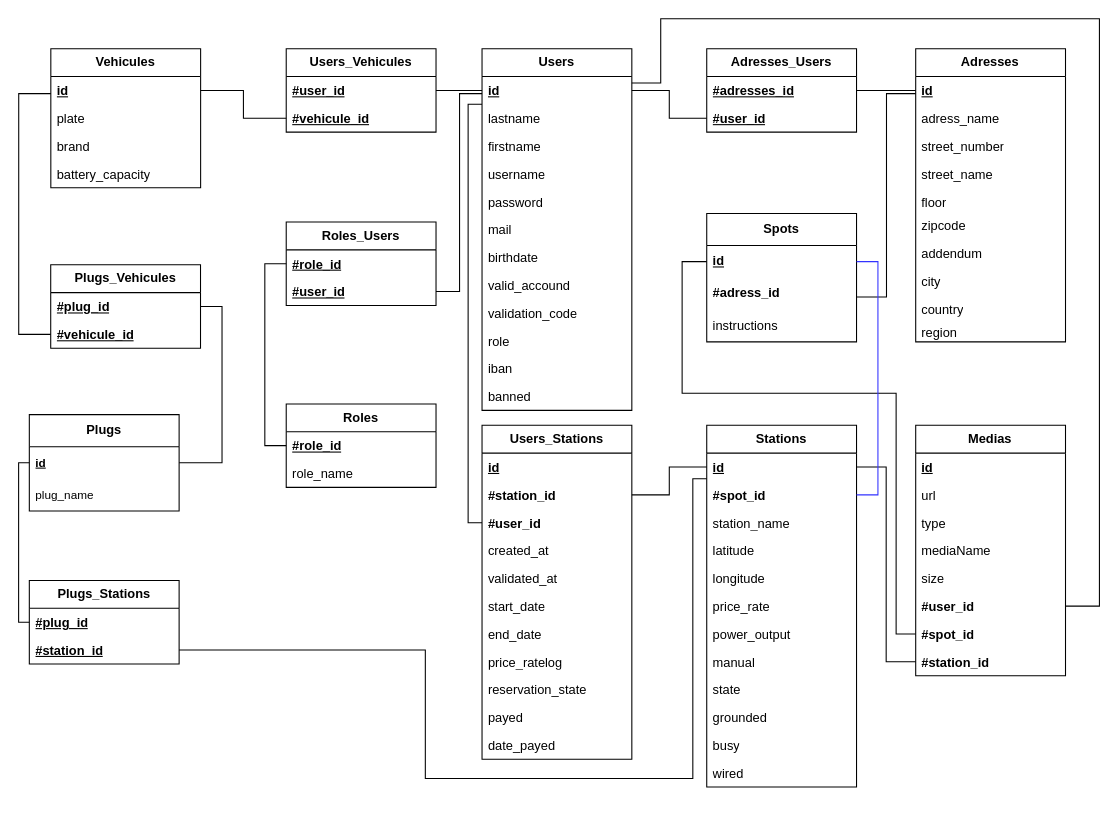
JeromePrevotat/businesscaseHB keeps this draw.io diagram as page "mld" (2 of 3) of Merise_Buisiness_Case.drawio. Above is the earlier version. Source tidied: cells renumbered, new cells numbered last; positions are measured from the earlier drawing's top-left corner, leaving out a move shared by most shapes. Both pictures are drawn from the tidied source at 107%, with x=0, y=0 at pixel (18, 18).
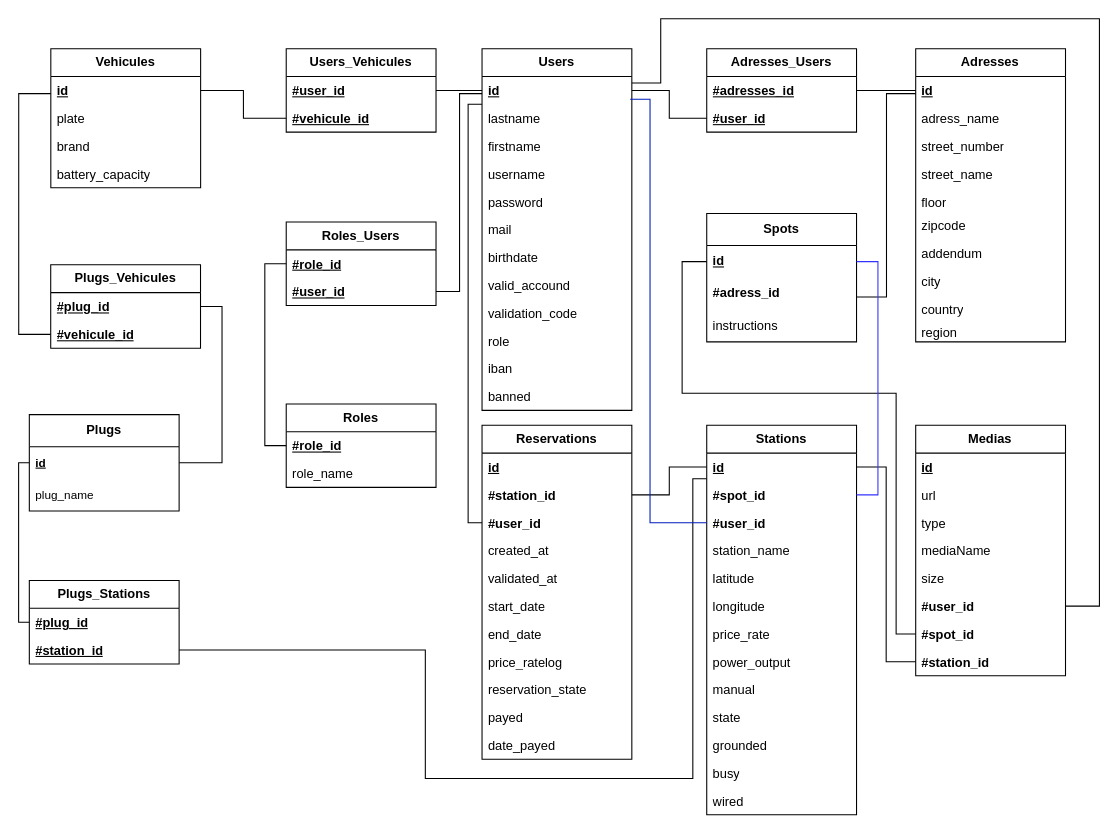
Above is the later version.

Commit message (it also covers changes not shown here):
fixed missing relationship between user and stations moved user registration from POST /users to POST /auth/register

The change refers to these unchanged cells:
```xml
<mxCell id="10" value="&lt;b&gt;&lt;u&gt;id&lt;/u&gt;&lt;/b&gt;" style="text;strokeColor=none;fillColor=none;align=left;verticalAlign=top;spacingLeft=4;spacingRight=4;overflow=hidden;points=[[0,0.5],[1,0.5]];portConstraint=eastwest;whiteSpace=wrap;html=1;" parent="9" vertex="1">
  <mxGeometry y="26" width="140" height="26" as="geometry" />
</mxCell>
```

What changed in the source:
```diff
@@
     <mxCell id="38" value="&lt;b&gt;Stations&lt;/b&gt;" style="swimlane;fontStyle=0;horizontal=1;startSize=26;fillColor=none;whiteSpace=wrap;html=1;" parent="1" vertex="1">
-      <mxGeometry x="643" y="380" width="140" height="338" as="geometry" />
+      <mxGeometry x="643" y="380" width="140" height="364" as="geometry" />
     </mxCell>
@@
+    <mxCell id="107" value="#user_id" style="text;strokeColor=none;fillColor=none;align=left;verticalAlign=top;spacingLeft=4;spacingRight=4;overflow=hidden;points=[[0,0.5],[1,0.5]];portConstraint=eastwest;whiteSpace=wrap;html=1;fontStyle=1;" parent="38" vertex="1">
+      <mxGeometry y="78" width="140" height="26" as="geometry" />
+    </mxCell>
     <mxCell id="41" value="station_name" style="text;strokeColor=none;fillColor=none;align=left;verticalAlign=top;spacingLeft=4;spacingRight=4;overflow=hidden;whiteSpace=wrap;html=1;" parent="38" vertex="1">
-      <mxGeometry y="78" width="140" height="26" as="geometry" />
+      <mxGeometry y="104" width="140" height="26" as="geometry" />
     </mxCell>
     <mxCell id="42" value="latitude" style="text;strokeColor=none;fillColor=none;align=left;verticalAlign=top;spacingLeft=4;spacingRight=4;overflow=hidden;whiteSpace=wrap;html=1;" parent="38" vertex="1">
-      <mxGeometry y="104" width="140" height="26" as="geometry" />
+      <mxGeometry y="130" width="140" height="26" as="geometry" />
     </mxCell>
     <mxCell id="43" value="longitude" style="text;strokeColor=none;fillColor=none;align=left;verticalAlign=top;spacingLeft=4;spacingRight=4;overflow=hidden;whiteSpace=wrap;html=1;" parent="38" vertex="1">
-      <mxGeometry y="130" width="140" height="26" as="geometry" />
+      <mxGeometry y="156" width="140" height="26" as="geometry" />
     </mxCell>
     <mxCell id="44" value="price_rate" style="text;strokeColor=none;fillColor=none;align=left;verticalAlign=top;spacingLeft=4;spacingRight=4;overflow=hidden;whiteSpace=wrap;html=1;" parent="38" vertex="1">
-      <mxGeometry y="156" width="140" height="26" as="geometry" />
+      <mxGeometry y="182" width="140" height="26" as="geometry" />
     </mxCell>
     <mxCell id="45" value="power_output" style="text;strokeColor=none;fillColor=none;align=left;verticalAlign=top;spacingLeft=4;spacingRight=4;overflow=hidden;whiteSpace=wrap;html=1;" parent="38" vertex="1">
-      <mxGeometry y="182" width="140" height="26" as="geometry" />
+      <mxGeometry y="208" width="140" height="26" as="geometry" />
     </mxCell>
     <mxCell id="46" value="manual" style="text;strokeColor=none;fillColor=none;align=left;verticalAlign=top;spacingLeft=4;spacingRight=4;overflow=hidden;whiteSpace=wrap;html=1;" parent="38" vertex="1">
-      <mxGeometry y="208" width="140" height="26" as="geometry" />
+      <mxGeometry y="234" width="140" height="26" as="geometry" />
     </mxCell>
     <mxCell id="47" value="state" style="text;strokeColor=none;fillColor=none;align=left;verticalAlign=top;spacingLeft=4;spacingRight=4;overflow=hidden;whiteSpace=wrap;html=1;" parent="38" vertex="1">
-      <mxGeometry y="234" width="140" height="26" as="geometry" />
+      <mxGeometry y="260" width="140" height="26" as="geometry" />
     </mxCell>
     <mxCell id="48" value="grounded" style="text;strokeColor=none;fillColor=none;align=left;verticalAlign=top;spacingLeft=4;spacingRight=4;overflow=hidden;whiteSpace=wrap;html=1;" parent="38" vertex="1">
-      <mxGeometry y="260" width="140" height="26" as="geometry" />
+      <mxGeometry y="286" width="140" height="26" as="geometry" />
     </mxCell>
     <mxCell id="49" value="busy" style="text;strokeColor=none;fillColor=none;align=left;verticalAlign=top;spacingLeft=4;spacingRight=4;overflow=hidden;whiteSpace=wrap;html=1;" parent="38" vertex="1">
-      <mxGeometry y="286" width="140" height="26" as="geometry" />
+      <mxGeometry y="312" width="140" height="26" as="geometry" />
     </mxCell>
     <mxCell id="50" value="wired" style="text;strokeColor=none;fillColor=none;align=left;verticalAlign=top;spacingLeft=4;spacingRight=4;overflow=hidden;whiteSpace=wrap;html=1;" parent="38" vertex="1">
-      <mxGeometry y="312" width="140" height="26" as="geometry" />
+      <mxGeometry y="338" width="140" height="26" as="geometry" />
     </mxCell>
@@
-    <mxCell id="72" value="&lt;b&gt;Users_Stations&lt;/b&gt;" style="swimlane;fontStyle=0;horizontal=1;startSize=26;fillColor=none;whiteSpace=wrap;html=1;" parent="1" vertex="1">
+    <mxCell id="72" value="&lt;b&gt;Reservations&lt;/b&gt;" style="swimlane;fontStyle=0;horizontal=1;startSize=26;fillColor=none;whiteSpace=wrap;html=1;" parent="1" vertex="1">
       <mxGeometry x="433" y="380" width="140" height="312" as="geometry" />
     </mxCell>
@@
+    <mxCell id="108" style="edgeStyle=orthogonalEdgeStyle;rounded=0;jettySize=auto;html=1;entryX=0.989;entryY=0.815;entryDx=0;entryDy=0;entryPerimeter=0;fillColor=#0050ef;strokeColor=#001DBC;endArrow=none;startFill=0;" parent="1" edge="1" source="107" target="10">
+      <mxGeometry relative="1" as="geometry">
+        <Array as="points">
+          <mxPoint x="590" y="471" />
+          <mxPoint x="590" y="75" />
+        </Array>
+      </mxGeometry>
+    </mxCell>
```
